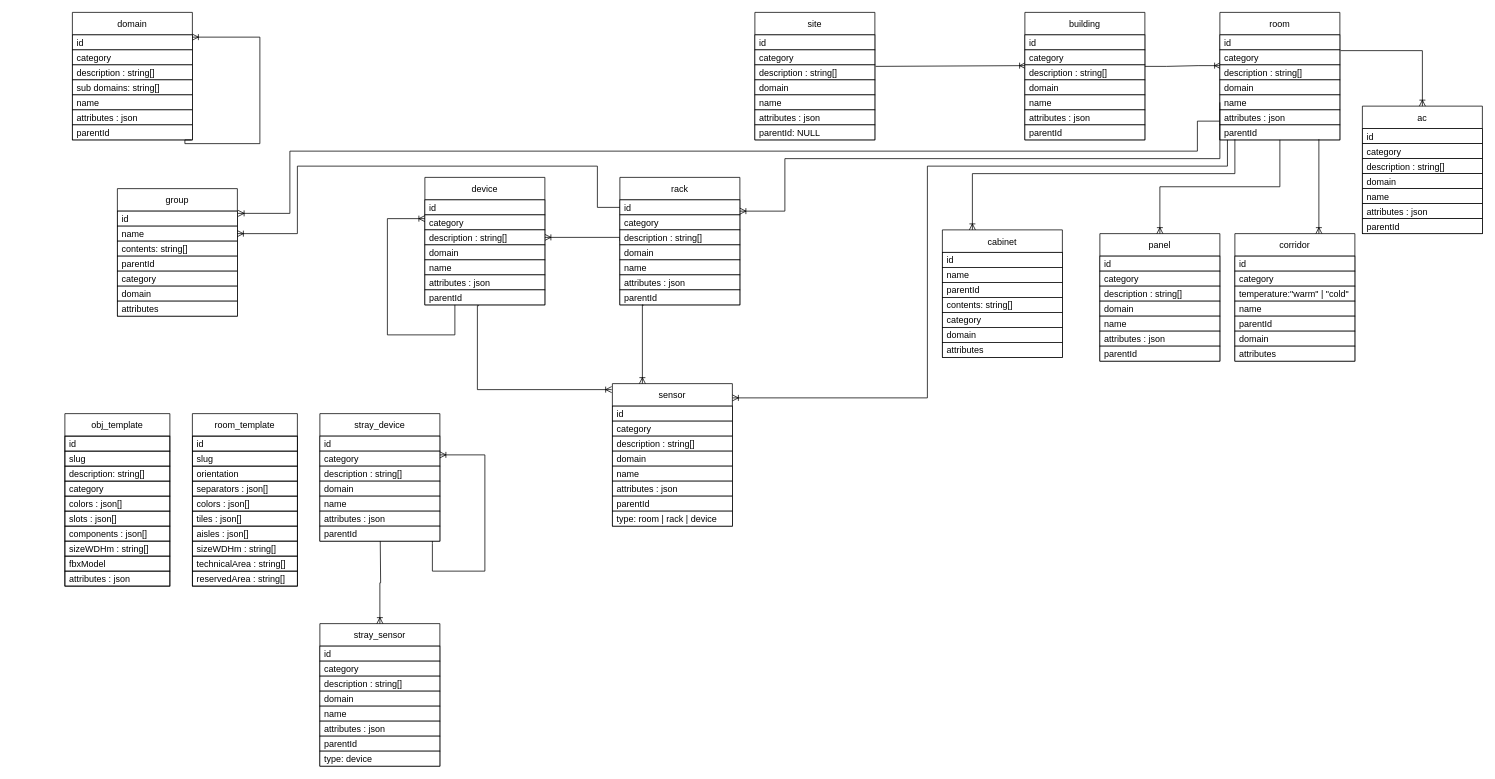
ditrit/OGrEE-Core keeps this draw.io diagram as resources/diagrams/DB.drawio. Above is the earlier version. Source tidied: cells renumbered, new cells numbered last; positions are measured from the earlier drawing's top-left corner, leaving out a move shared by most shapes. Both pictures are drawn from the tidied source at 75%, with x=0, y=0 at pixel (64, 12).
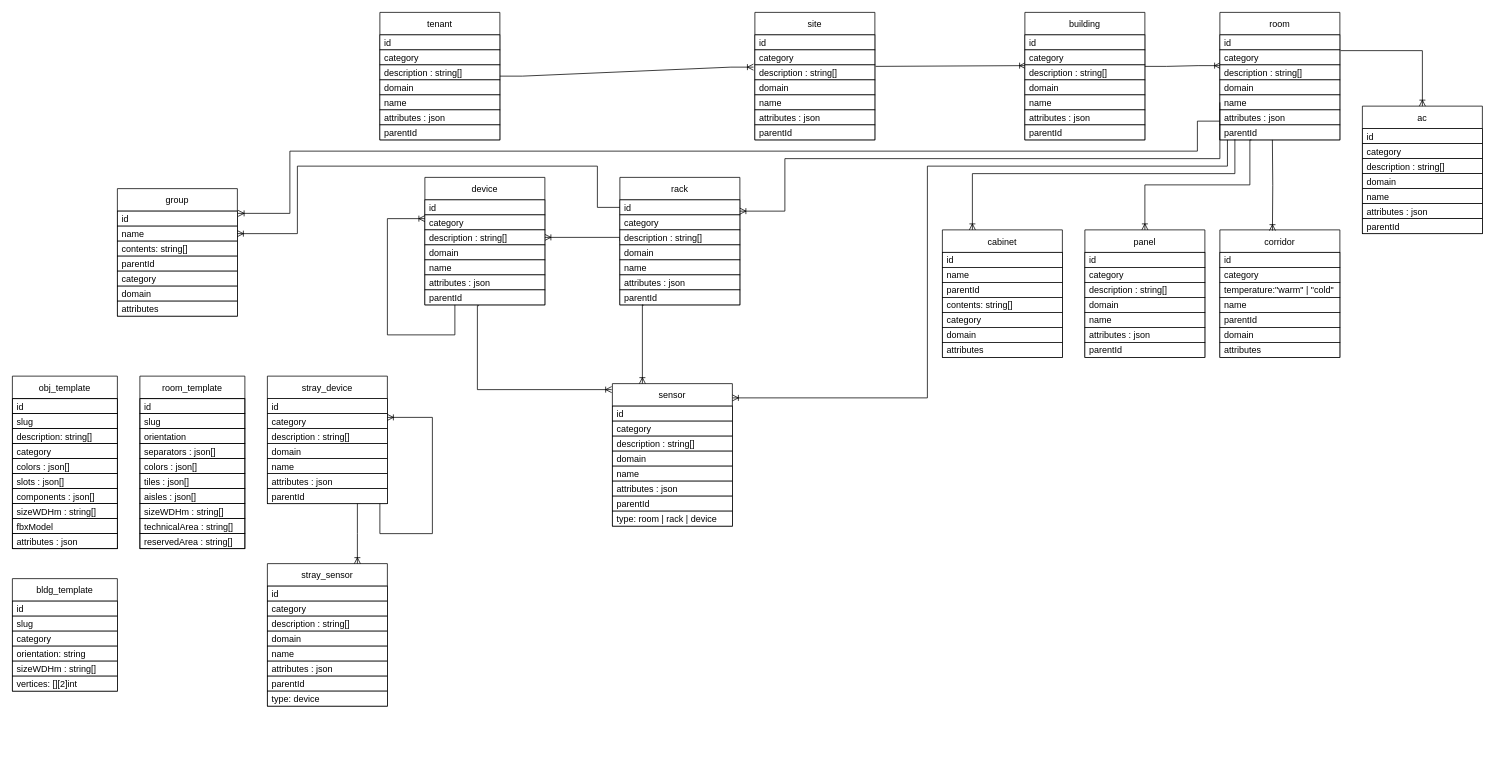
The same page after the edit.

Unchanged cells that the change refers to:
```xml
<mxCell id="3" value="id" style="text;strokeColor=default;fillColor=default;align=left;verticalAlign=middle;spacingLeft=4;spacingRight=4;overflow=hidden;points=[[0,0.5],[1,0.5]];portConstraint=eastwest;fontColor=default;" parent="2" vertex="1">
  <mxGeometry y="30" width="160" height="20" as="geometry" />
</mxCell>
<mxCell id="9" value="parentId" style="text;strokeColor=default;fillColor=default;align=left;verticalAlign=middle;spacingLeft=4;spacingRight=4;overflow=hidden;points=[[0,0.5],[1,0.5]];portConstraint=eastwest;fontColor=default;" parent="2" vertex="1">
  <mxGeometry y="150" width="160" height="20" as="geometry" />
</mxCell>
<mxCell id="24" value="site" style="swimlane;fontStyle=0;horizontal=1;startSize=30;fillColor=default;strokeColor=default;fontColor=default;" parent="1" vertex="1">
  <mxGeometry x="920" width="160" height="170" as="geometry" />
</mxCell>
<mxCell id="27" value="description : string[]" style="text;strokeColor=default;fillColor=default;align=left;verticalAlign=middle;spacingLeft=4;spacingRight=4;overflow=hidden;points=[[0,0.5],[1,0.5]];portConstraint=eastwest;fontColor=default;" parent="24" vertex="1">
  <mxGeometry y="70" width="160" height="20" as="geometry" />
</mxCell>
<mxCell id="40" value="room" style="swimlane;fontStyle=0;horizontal=1;startSize=30;fillColor=default;strokeColor=default;fontColor=default;" parent="1" vertex="1">
  <mxGeometry x="1540" width="160" height="170" as="geometry" />
</mxCell>
<mxCell id="50" value="parentId" style="text;strokeColor=default;fillColor=default;align=left;verticalAlign=middle;spacingLeft=4;spacingRight=4;overflow=hidden;points=[[0,0.5],[1,0.5]];portConstraint=eastwest;fontColor=default;" parent="40" vertex="1">
  <mxGeometry y="150" width="160" height="20" as="geometry" />
</mxCell>
```

What changed in the source:
```diff
@@
-    <mxCell id="2" value="domain" style="swimlane;fontStyle=0;horizontal=1;startSize=30;fillColor=default;strokeColor=default;fontColor=default;" parent="1" vertex="1">
-      <mxGeometry x="10" width="160" height="170" as="geometry" />
+    <mxCell id="2" value="tenant" style="swimlane;fontStyle=0;horizontal=1;startSize=30;fillColor=default;strokeColor=default;fontColor=default;" parent="1" vertex="1">
+      <mxGeometry x="420" width="160" height="170" as="geometry" />
     </mxCell>
@@
-    <mxCell id="6" value="sub domains: string[]" style="text;strokeColor=default;fillColor=default;align=left;verticalAlign=middle;spacingLeft=4;spacingRight=4;overflow=hidden;fontColor=default;" parent="2" vertex="1">
+    <mxCell id="6" value="domain" style="text;strokeColor=default;fillColor=default;align=left;verticalAlign=middle;spacingLeft=4;spacingRight=4;overflow=hidden;fontColor=default;" parent="2" vertex="1">
       <mxGeometry y="90" width="160" height="20" as="geometry" />
     </mxCell>
@@
-    <mxCell id="10" style="edgeStyle=orthogonalEdgeStyle;rounded=0;jettySize=auto;html=1;labelBackgroundColor=default;fontColor=default;endArrow=ERoneToMany;endFill=0;strokeColor=default;exitX=0.994;exitY=1;exitDx=0;exitDy=0;exitPerimeter=0;entryX=1;entryY=0.15;entryDx=0;entryDy=0;entryPerimeter=0;" parent="2" edge="1" source="9" target="3">
-      <mxGeometry relative="1" as="geometry">
-        <Array as="points">
-          <mxPoint x="150" y="170" />
-          <mxPoint x="150" y="175" />
-          <mxPoint x="250" y="175" />
-          <mxPoint x="250" y="33" />
-        </Array>
-      </mxGeometry>
-    </mxCell>
+    <mxCell id="165" style="endArrow=ERoneToMany;html=1;rounded=0;labelBackgroundColor=default;fontColor=default;strokeColor=default;entryX=-0.012;entryY=0.15;entryDx=0;entryDy=0;exitX=1;exitY=0.5;exitDx=0;exitDy=0;entryPerimeter=0;edgeStyle=entityRelationEdgeStyle;endFill=0;" parent="1" edge="1" source="2" target="27">
+      <mxGeometry relative="1" as="geometry" />
+    </mxCell>
@@
     <mxCell id="13" value="room_template" style="swimlane;fontStyle=0;horizontal=1;startSize=30;fontColor=default;strokeColor=default;fillColor=default;" parent="1" vertex="1">
-      <mxGeometry x="170" y="535" width="140" height="230" as="geometry" />
+      <mxGeometry x="100" y="485" width="140" height="230" as="geometry" />
     </mxCell>
@@
-    <mxCell id="31" value="parentId: NULL" style="text;strokeColor=default;fillColor=default;align=left;verticalAlign=middle;spacingLeft=4;spacingRight=4;overflow=hidden;fontColor=default;" parent="24" vertex="1">
+    <mxCell id="31" value="parentId" style="text;strokeColor=default;fillColor=default;align=left;verticalAlign=middle;spacingLeft=4;spacingRight=4;overflow=hidden;fontColor=default;" parent="24" vertex="1">
       <mxGeometry y="150" width="160" height="20" as="geometry" />
     </mxCell>
@@
     <mxCell id="70" value="obj_template" style="swimlane;fontStyle=0;horizontal=1;startSize=30;fontColor=default;strokeColor=default;fillColor=default;" parent="1" vertex="1">
-      <mxGeometry y="535" width="140" height="230" as="geometry" />
+      <mxGeometry x="-70" y="485" width="140" height="230" as="geometry" />
     </mxCell>
@@
     <mxCell id="101" value="corridor" style="swimlane;fontStyle=0;horizontal=1;startSize=30;fillColor=default;strokeColor=default;fontColor=default;" parent="1" vertex="1">
-      <mxGeometry x="1560" y="295" width="160" height="170" as="geometry" />
+      <mxGeometry x="1540" y="290" width="160" height="170" as="geometry" />
     </mxCell>
@@
     <mxCell id="131" value="panel" style="swimlane;fontStyle=0;horizontal=1;startSize=30;fillColor=default;strokeColor=default;fontColor=default;" parent="1" vertex="1">
-      <mxGeometry x="1380" y="295" width="160" height="170" as="geometry" />
+      <mxGeometry x="1360" y="290" width="160" height="170" as="geometry" />
     </mxCell>
@@
-    <mxCell id="141" style="endArrow=ERoneToMany;html=1;rounded=0;labelBackgroundColor=default;fontColor=default;strokeColor=default;edgeStyle=orthogonalEdgeStyle;endFill=0;entryX=0.5;entryY=0;entryDx=0;entryDy=0;exitX=0.5;exitY=1;exitDx=0;exitDy=0;" parent="1" edge="1" source="40" target="131">
-      <mxGeometry relative="1" as="geometry" />
+    <mxCell id="141" style="endArrow=ERoneToMany;html=1;rounded=0;labelBackgroundColor=default;fontColor=default;strokeColor=default;edgeStyle=orthogonalEdgeStyle;endFill=0;entryX=0.5;entryY=0;entryDx=0;entryDy=0;exitX=0.263;exitY=1;exitDx=0;exitDy=0;exitPerimeter=0;" parent="1" edge="1" source="50" target="131">
+      <mxGeometry relative="1" as="geometry">
+        <Array as="points">
+          <mxPoint x="1580" y="170" />
+          <mxPoint x="1580" y="230" />
+          <mxPoint x="1440" y="230" />
+        </Array>
+      </mxGeometry>
     </mxCell>
-    <mxCell id="142" style="endArrow=ERoneToMany;html=1;rounded=0;labelBackgroundColor=default;fontColor=default;strokeColor=default;edgeStyle=orthogonalEdgeStyle;endFill=0;exitX=0.825;exitY=0.95;exitDx=0;exitDy=0;exitPerimeter=0;" parent="1" edge="1" source="50">
+    <mxCell id="142" style="endArrow=ERoneToMany;html=1;rounded=0;labelBackgroundColor=default;fontColor=default;strokeColor=default;edgeStyle=orthogonalEdgeStyle;endFill=0;entryX=0.438;entryY=0.006;entryDx=0;entryDy=0;entryPerimeter=0;" parent="1" edge="1" target="101">
       <mxGeometry relative="1" as="geometry">
-        <mxPoint x="1672" y="295" as="targetPoint" />
-        <Array as="points">
-          <mxPoint x="1672" y="295" />
-        </Array>
+        <mxPoint x="1610" y="170" as="sourcePoint" />
       </mxGeometry>
     </mxCell>
@@
     <mxCell id="146" value="stray_device" style="swimlane;fontStyle=0;horizontal=1;startSize=30;fillColor=default;strokeColor=default;fontColor=default;" parent="1" vertex="1">
-      <mxGeometry x="340" y="535" width="160" height="170" as="geometry" />
+      <mxGeometry x="270" y="485" width="160" height="170" as="geometry" />
     </mxCell>
@@
     <mxCell id="155" value="stray_sensor" style="swimlane;fontStyle=0;horizontal=1;startSize=30;fillColor=default;strokeColor=default;fontColor=default;" parent="1" vertex="1">
-      <mxGeometry x="340" y="815" width="160" height="190" as="geometry" />
+      <mxGeometry x="270" y="735" width="160" height="190" as="geometry" />
     </mxCell>
@@
-    <mxCell id="164" style="edgeStyle=orthogonalEdgeStyle;rounded=0;jettySize=auto;html=1;entryX=0.5;entryY=0;entryDx=0;entryDy=0;labelBackgroundColor=default;fontColor=default;endArrow=ERoneToMany;endFill=0;strokeColor=default;exitX=0.194;exitY=1.05;exitDx=0;exitDy=0;exitPerimeter=0;" parent="1" edge="1" target="155">
-      <mxGeometry relative="1" as="geometry">
-        <mxPoint x="420.5" y="705" as="sourcePoint" />
-      </mxGeometry>
-    </mxCell>
+    <mxCell id="166" style="endArrow=ERoneToMany;html=1;rounded=0;labelBackgroundColor=default;fontColor=default;strokeColor=default;edgeStyle=orthogonalEdgeStyle;endFill=0;exitX=0.5;exitY=1;exitDx=0;exitDy=0;entryX=0.75;entryY=0;entryDx=0;entryDy=0;" parent="1" edge="1" target="155">
+      <mxGeometry relative="1" as="geometry">
+        <mxPoint x="390" y="655" as="sourcePoint" />
+        <Array as="points">
+          <mxPoint x="390" y="695" />
+          <mxPoint x="390" y="695" />
+        </Array>
+      </mxGeometry>
+    </mxCell>
+    <mxCell id="167" value="bldg_template" style="swimlane;fontStyle=0;horizontal=1;startSize=30;fillColor=default;strokeColor=default;fontColor=default;" parent="1" vertex="1">
+      <mxGeometry x="-70" y="755" width="140" height="150" as="geometry" />
+    </mxCell>
+    <mxCell id="168" value="id" style="text;strokeColor=default;fillColor=default;align=left;verticalAlign=middle;spacingLeft=4;spacingRight=4;overflow=hidden;fontColor=default;" parent="167" vertex="1">
+      <mxGeometry y="30" width="140" height="20" as="geometry" />
+    </mxCell>
+    <mxCell id="169" value="slug" style="text;strokeColor=default;fillColor=default;align=left;verticalAlign=middle;spacingLeft=4;spacingRight=4;overflow=hidden;fontColor=default;" parent="167" vertex="1">
+      <mxGeometry y="50" width="140" height="20" as="geometry" />
+    </mxCell>
+    <mxCell id="170" value="category" style="text;strokeColor=default;fillColor=default;align=left;verticalAlign=middle;spacingLeft=4;spacingRight=4;overflow=hidden;fontColor=default;" parent="167" vertex="1">
+      <mxGeometry y="70" width="140" height="20" as="geometry" />
+    </mxCell>
+    <mxCell id="171" value="orientation: string" style="text;strokeColor=default;fillColor=default;align=left;verticalAlign=middle;spacingLeft=4;spacingRight=4;overflow=hidden;fontColor=default;" parent="167" vertex="1">
+      <mxGeometry y="90" width="140" height="20" as="geometry" />
+    </mxCell>
+    <mxCell id="172" value="sizeWDHm : string[]" style="text;strokeColor=default;fillColor=default;align=left;verticalAlign=middle;spacingLeft=4;spacingRight=4;overflow=hidden;fontColor=default;" parent="167" vertex="1">
+      <mxGeometry y="110" width="140" height="20" as="geometry" />
+    </mxCell>
+    <mxCell id="173" value="vertices: [][2]int" style="text;strokeColor=default;fillColor=default;align=left;verticalAlign=middle;spacingLeft=4;spacingRight=4;overflow=hidden;fontColor=default;" parent="167" vertex="1">
+      <mxGeometry y="130" width="140" height="20" as="geometry" />
+    </mxCell>
```
